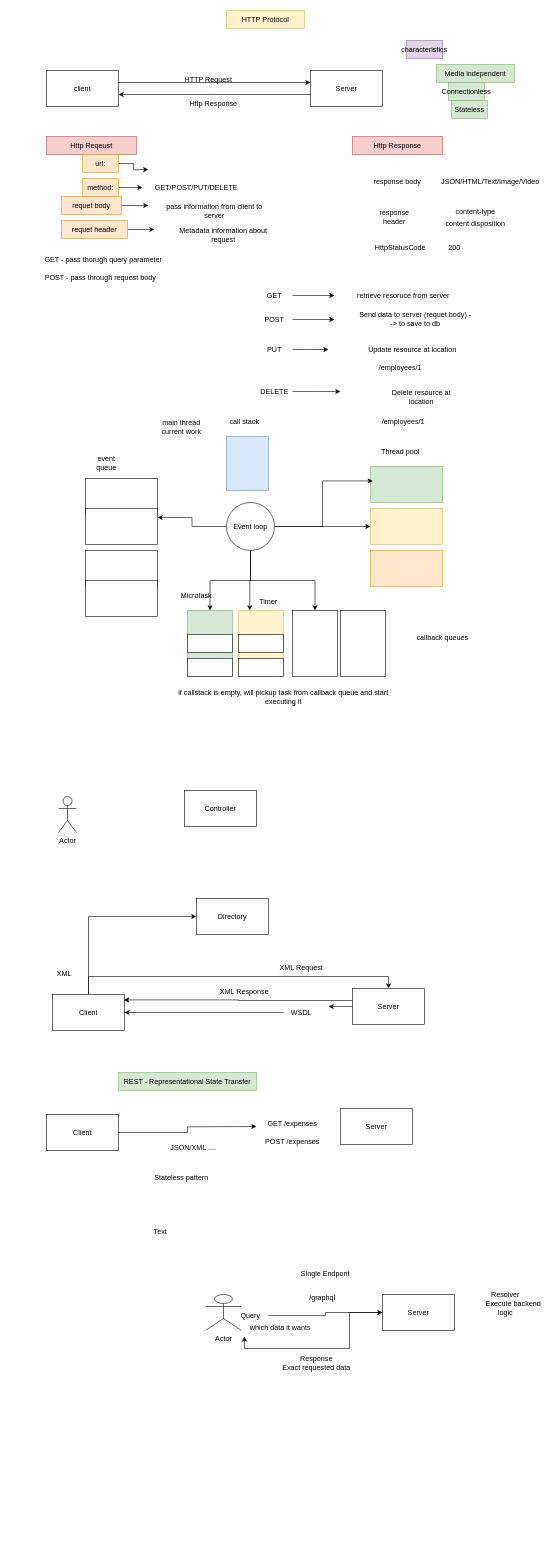
Earlier version of the draw.io diagram page "Nodejs" (2 of 2) of mongodb_architecture.drawio (dhruvikp/PURDUE_Jan2026). Source tidied: cells renumbered, new cells numbered last; positions are measured from the earlier drawing's top-left corner, leaving out a move shared by most shapes. Both pictures are drawn from the tidied source at 60%, with x=0, y=0 at pixel (13, 10).
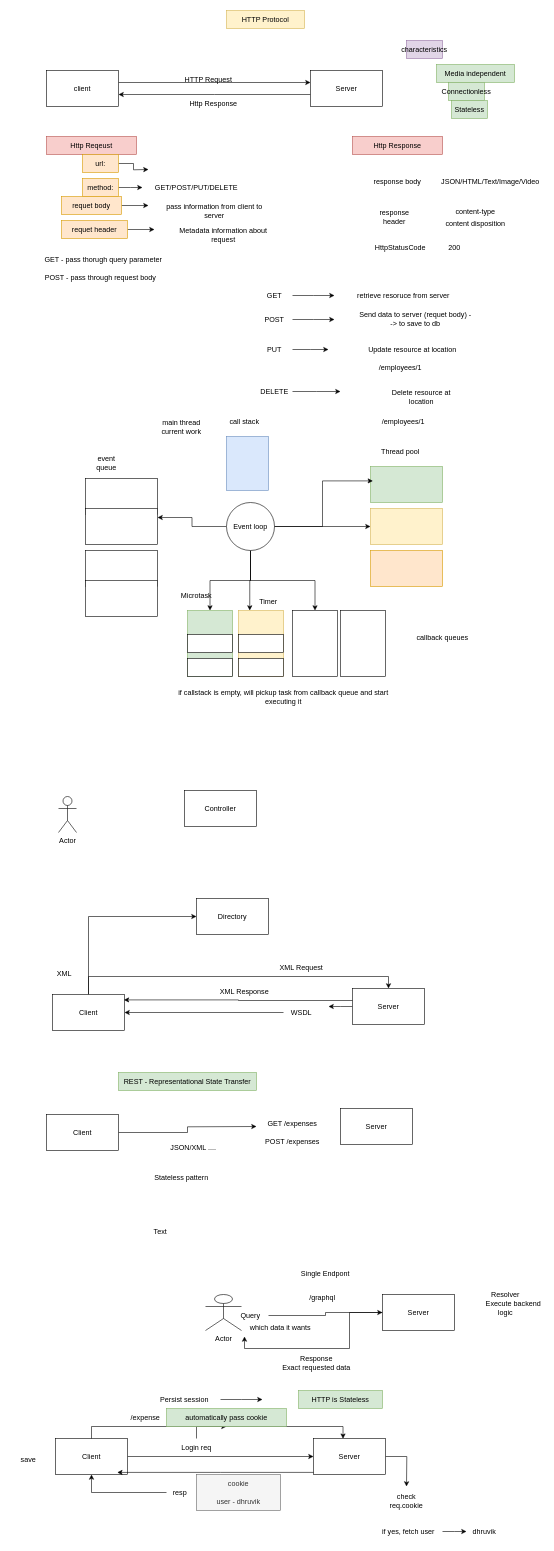
The same page after the edit.

Diff of the diagram source:
```diff
@@
+    <mxCell id="114" style="edgeStyle=orthogonalEdgeStyle;rounded=0;jettySize=auto;html=1;" parent="1" edge="1" source="115" target="117">
+      <mxGeometry relative="1" as="geometry" />
+    </mxCell>
+    <mxCell id="115" value="Client" style="whiteSpace=wrap;html=1;" parent="1" vertex="1">
+      <mxGeometry x="70" y="2380" width="120" height="60" as="geometry" />
+    </mxCell>
+    <mxCell id="116" style="edgeStyle=orthogonalEdgeStyle;rounded=0;jettySize=auto;html=1;" parent="1" edge="1" source="117">
+      <mxGeometry relative="1" as="geometry">
+        <mxPoint x="655" y="2460" as="targetPoint" />
+      </mxGeometry>
+    </mxCell>
+    <mxCell id="117" value="Server" style="whiteSpace=wrap;html=1;" parent="1" vertex="1">
+      <mxGeometry x="500" y="2380" width="120" height="60" as="geometry" />
+    </mxCell>
+    <mxCell id="118" style="edgeStyle=orthogonalEdgeStyle;rounded=0;jettySize=auto;html=1;" parent="1" edge="1" source="119">
+      <mxGeometry relative="1" as="geometry">
+        <mxPoint x="415" y="2315" as="targetPoint" />
+      </mxGeometry>
+    </mxCell>
+    <mxCell id="119" value="Persist session" style="text;html=1;whiteSpace=wrap;strokeColor=none;fillColor=none;align=center;verticalAlign=middle;rounded=0;" parent="1" vertex="1">
+      <mxGeometry x="225" y="2300" width="120" height="30" as="geometry" />
+    </mxCell>
+    <mxCell id="120" value="HTTP is Stateless" style="text;html=1;whiteSpace=wrap;strokeColor=#82b366;fillColor=#d5e8d4;align=center;verticalAlign=middle;rounded=0;" parent="1" vertex="1">
+      <mxGeometry x="475" y="2300" width="140" height="30" as="geometry" />
+    </mxCell>
+    <mxCell id="121" style="edgeStyle=orthogonalEdgeStyle;rounded=0;jettySize=auto;html=1;" parent="1" edge="1" source="122" target="129">
+      <mxGeometry relative="1" as="geometry" />
+    </mxCell>
+    <mxCell id="122" value="Login req" style="text;html=1;whiteSpace=wrap;strokeColor=none;fillColor=none;align=center;verticalAlign=middle;rounded=0;" parent="1" vertex="1">
+      <mxGeometry x="275" y="2380" width="60" height="30" as="geometry" />
+    </mxCell>
+    <mxCell id="123" value="cookie&lt;div&gt;&lt;br&gt;&lt;/div&gt;&lt;div&gt;user - dhruvik&lt;/div&gt;" style="text;html=1;whiteSpace=wrap;strokeColor=#666666;fillColor=#f5f5f5;align=center;verticalAlign=middle;rounded=0;fontColor=#333333;" parent="1" vertex="1">
+      <mxGeometry x="305" y="2440" width="140" height="60" as="geometry" />
+    </mxCell>
+    <mxCell id="124" style="edgeStyle=orthogonalEdgeStyle;rounded=0;jettySize=auto;html=1;entryX=0.858;entryY=0.942;entryDx=0;entryDy=0;entryPerimeter=0;" parent="1" edge="1" source="117" target="115">
+      <mxGeometry relative="1" as="geometry">
+        <Array as="points">
+          <mxPoint x="345" y="2437" />
+        </Array>
+      </mxGeometry>
+    </mxCell>
+    <mxCell id="125" style="edgeStyle=orthogonalEdgeStyle;rounded=0;jettySize=auto;html=1;entryX=0.5;entryY=1;entryDx=0;entryDy=0;" parent="1" edge="1" source="126" target="115">
+      <mxGeometry relative="1" as="geometry" />
+    </mxCell>
+    <mxCell id="126" value="resp" style="text;html=1;whiteSpace=wrap;strokeColor=none;fillColor=none;align=center;verticalAlign=middle;rounded=0;" parent="1" vertex="1">
+      <mxGeometry x="255" y="2455" width="45" height="30" as="geometry" />
+    </mxCell>
+    <mxCell id="127" value="save" style="text;html=1;whiteSpace=wrap;strokeColor=none;fillColor=none;align=center;verticalAlign=middle;rounded=0;" parent="1" vertex="1">
+      <mxGeometry x="-5" y="2400" width="60" height="30" as="geometry" />
+    </mxCell>
+    <mxCell id="128" style="edgeStyle=orthogonalEdgeStyle;rounded=0;jettySize=auto;html=1;entryX=0.41;entryY=0.006;entryDx=0;entryDy=0;entryPerimeter=0;" parent="1" edge="1" source="115" target="117">
+      <mxGeometry relative="1" as="geometry">
+        <Array as="points">
+          <mxPoint x="130" y="2360" />
+          <mxPoint x="549" y="2360" />
+        </Array>
+      </mxGeometry>
+    </mxCell>
+    <mxCell id="129" value="automatically pass cookie" style="text;html=1;whiteSpace=wrap;strokeColor=#82b366;fillColor=#d5e8d4;align=center;verticalAlign=middle;rounded=0;" parent="1" vertex="1">
+      <mxGeometry x="255" y="2330" width="200" height="30" as="geometry" />
+    </mxCell>
+    <mxCell id="130" value="check&lt;div&gt;req.cookie&lt;/div&gt;" style="text;html=1;whiteSpace=wrap;strokeColor=none;fillColor=none;align=center;verticalAlign=middle;rounded=0;" parent="1" vertex="1">
+      <mxGeometry x="625" y="2470" width="60" height="30" as="geometry" />
+    </mxCell>
+    <mxCell id="131" style="edgeStyle=orthogonalEdgeStyle;rounded=0;jettySize=auto;html=1;" parent="1" edge="1" source="132">
+      <mxGeometry relative="1" as="geometry">
+        <mxPoint x="755" y="2535" as="targetPoint" />
+      </mxGeometry>
+    </mxCell>
+    <mxCell id="132" value="if yes, fetch user&amp;nbsp;" style="text;html=1;whiteSpace=wrap;strokeColor=none;fillColor=none;align=center;verticalAlign=middle;rounded=0;" parent="1" vertex="1">
+      <mxGeometry x="605" y="2520" width="110" height="30" as="geometry" />
+    </mxCell>
+    <mxCell id="133" value="dhruvik" style="text;html=1;whiteSpace=wrap;strokeColor=none;fillColor=none;align=center;verticalAlign=middle;rounded=0;" parent="1" vertex="1">
+      <mxGeometry x="755" y="2520" width="60" height="30" as="geometry" />
+    </mxCell>
+    <mxCell id="134" value="/expense" style="text;html=1;whiteSpace=wrap;strokeColor=none;fillColor=none;align=center;verticalAlign=middle;rounded=0;" parent="1" vertex="1">
+      <mxGeometry x="190" y="2330" width="60" height="30" as="geometry" />
+    </mxCell>
```
